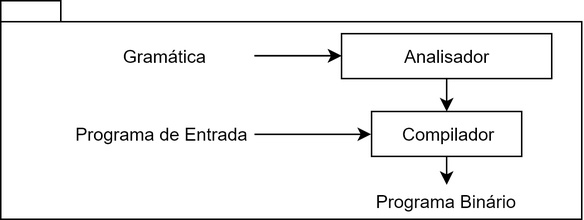
evandrocoan/objectbeatypictures keeps this draw.io diagram as MyWorflowForLarkTraduzido.png. Above is the earlier version. Source tidied: cells renumbered, new cells last; positions are measured from the earlier drawing's top-left corner, leaving out a move shared by most shapes.
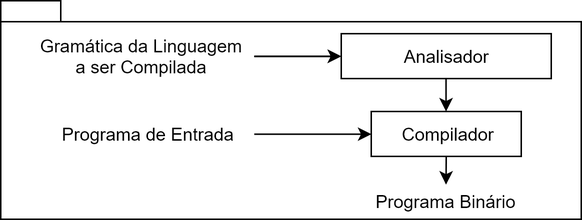
Later version of the same file.

What changed in the source:
```diff
@@ -17,13 +17,13 @@
     <mxCell id="6" style="edgeStyle=orthogonalEdgeStyle;rounded=0;jettySize=auto;html=1;" parent="1" edge="1" source="7" target="4">
       <mxGeometry relative="1" as="geometry" />
     </mxCell>
-    <mxCell id="7" value="Gramática" style="text;html=1;strokeColor=none;fillColor=none;align=center;verticalAlign=middle;whiteSpace=wrap;rounded=0;" parent="1" vertex="1">
-      <mxGeometry x="48" y="24.5" width="121" height="25" as="geometry" />
+    <mxCell id="7" value="Gramática da Linguagem&lt;br&gt;a ser Compilada" style="text;html=1;strokeColor=none;fillColor=none;align=center;verticalAlign=middle;whiteSpace=wrap;rounded=0;" parent="1" vertex="1">
+      <mxGeometry x="17" y="24.5" width="152" height="25" as="geometry" />
     </mxCell>
     <mxCell id="8" style="edgeStyle=orthogonalEdgeStyle;rounded=0;html=1;jettySize=auto;orthogonalLoop=1;" parent="1" edge="1">
       <mxGeometry relative="1" as="geometry">
         <mxPoint x="297" y="103" as="sourcePoint" />
-        <mxPoint x="297" y="123" as="targetPoint" />
+        <mxPoint x="296.9" y="122.9" as="targetPoint" />
       </mxGeometry>
     </mxCell>
     <mxCell id="9" value="Compilador" style="rounded=0;whiteSpace=wrap;html=1;" parent="1" vertex="1">
@@ -33,7 +33,7 @@
       <mxGeometry relative="1" as="geometry" />
     </mxCell>
     <mxCell id="11" value="Programa de Entrada" style="text;html=1;strokeColor=none;fillColor=none;align=center;verticalAlign=middle;whiteSpace=wrap;rounded=0;" parent="1" vertex="1">
-      <mxGeometry x="46" y="79" width="123" height="20" as="geometry" />
+      <mxGeometry x="28" y="79" width="141" height="20" as="geometry" />
     </mxCell>
     <mxCell id="12" value="Programa Binário" style="text;html=1;strokeColor=none;fillColor=none;align=center;verticalAlign=middle;whiteSpace=wrap;rounded=0;" parent="1" vertex="1">
       <mxGeometry x="227" y="124" width="140" height="19" as="geometry" />
```
